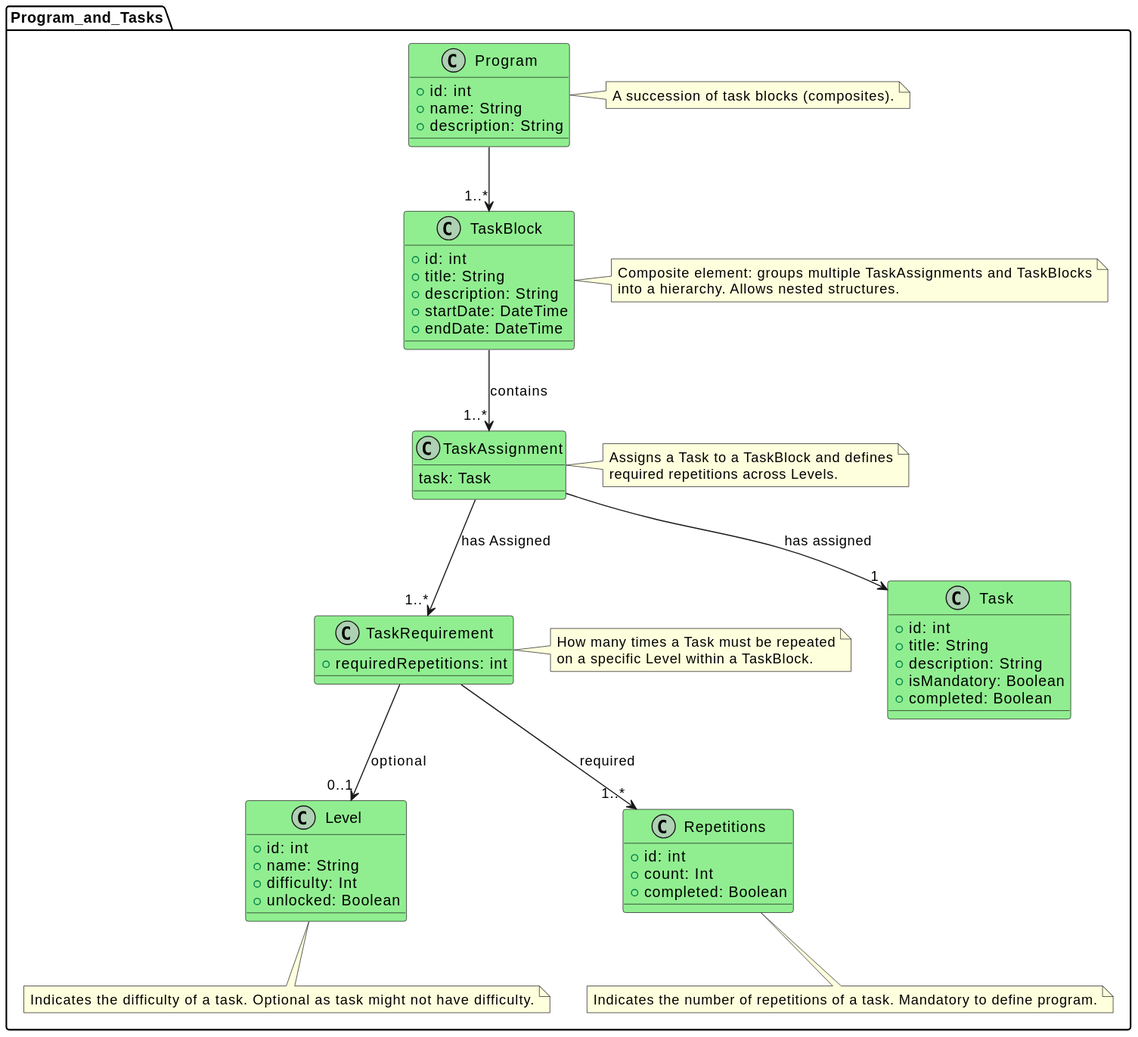
Before: out/packages/programs/programs.svg, a diagram exported from PlantUML (Maks-stack/ontology). Source of this version:
```plantuml
@startuml
package Program_and_Tasks {

  class Program #lightgreen {
    +id: int
    +name: String
    +description: String
  }

  note right of Program
  A succession of task blocks (composites).
  end note

  class Task #lightgreen {
    +id: int
    +title: String
    +description: String
    +isMandatory: Boolean
    +completed: Boolean
  }

  class Level #lightgreen {
    +id: int
    +name: String
    +difficulty: Int
    +unlocked: Boolean
  }

  class Repetitions #lightgreen {
    +id: int
    +count: Int
    +completed: Boolean
  }

  note bottom of Level
  Indicates the difficulty of a task. Optional as task might not have difficulty.
  end note

  note bottom of Repetitions
  Indicates the number of repetitions of a task. Mandatory to define program.
  end note

  class TaskRequirement #lightgreen {
    +requiredRepetitions: int
  }

  note left of TaskRequirement
  How many times a Task must be repeated
  on a specific Level within a TaskBlock.
  end note

  class TaskAssignment #lightgreen {
    task: Task

  }

  note right of TaskAssignment
  Assigns a Task to a TaskBlock and defines
  required repetitions across Levels.
  end note

  class TaskBlock #lightgreen {
    +id: int
    +title: String
    +description: String
    +startDate: DateTime
    +endDate: DateTime
  }

  note right of TaskBlock
  Composite element: groups multiple TaskAssignments and TaskBlocks
  into a hierarchy. Allows nested structures.
  end note

  TaskAssignment --> "1" Task : "has assigned"
  TaskAssignment --> "1..*" TaskRequirement: "has Assigned"
  TaskRequirement --> "0..1" Level : optional
  TaskRequirement --> "1..*" Repetitions : required

  Program --> "1..*" TaskBlock

  TaskBlock --> "1..*" TaskAssignment : "contains"

}
@enduml
```
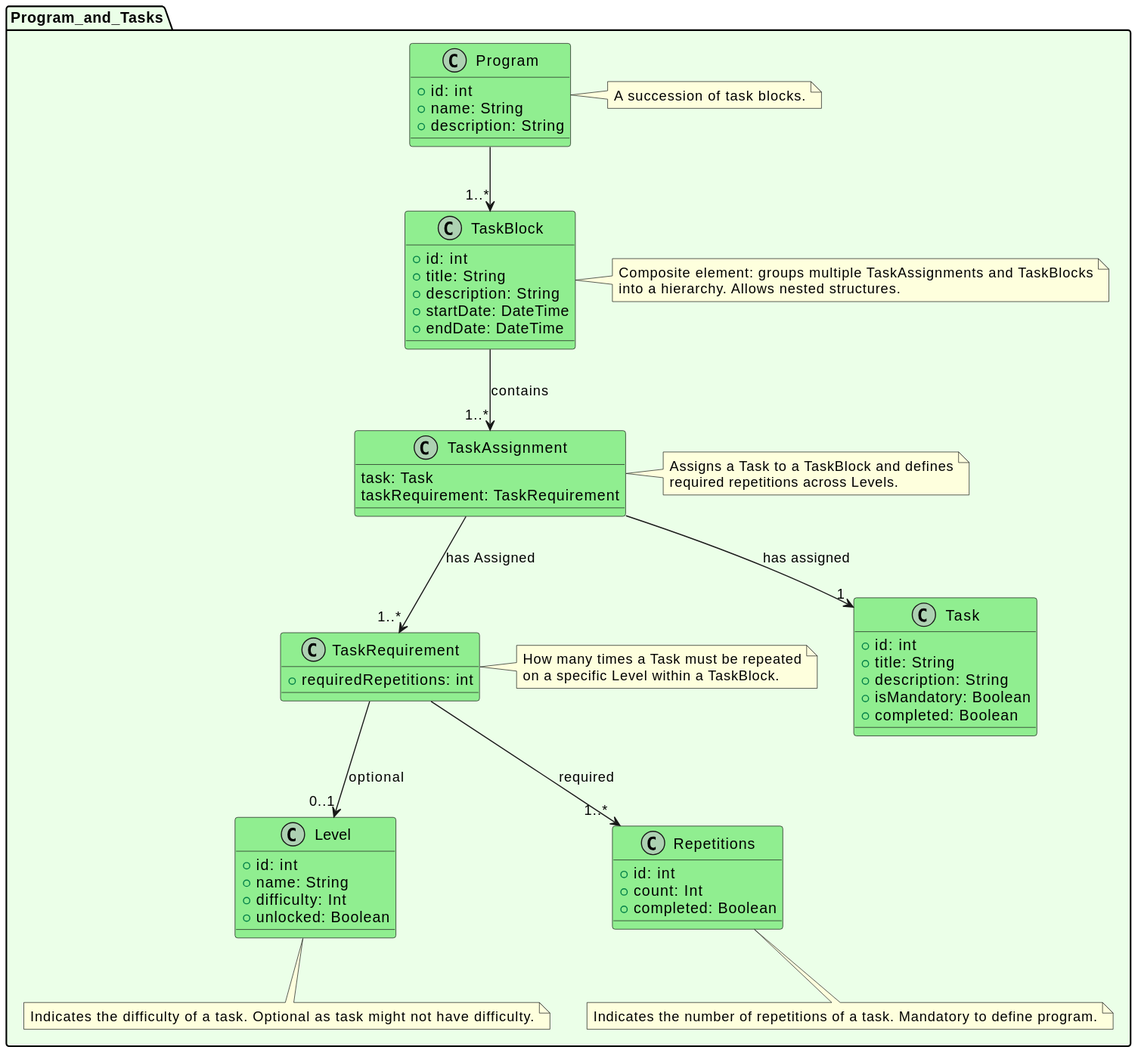
Above is the later version.

The edit, as a diff of the source:
```diff
@@ -1,5 +1,5 @@
 @startuml
-package Program_and_Tasks {
+package Program_and_Tasks #ebffe8ff {
 
   class Program #lightgreen {
     +id: int
@@ -8,7 +8,7 @@
   }
 
   note right of Program
-  A succession of task blocks (composites).
+  A succession of task blocks.
   end note
 
   class Task #lightgreen {
@@ -51,7 +51,7 @@
 
   class TaskAssignment #lightgreen {
     task: Task
-
+    taskRequirement: TaskRequirement
   }
 
   note right of TaskAssignment
```
